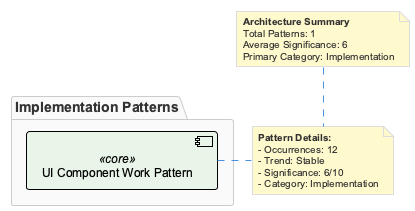
Earlier version of the PlantUML export knowledge-management/insights/images/ui-component-work-pattern-architecture.png (fwornle/coding).
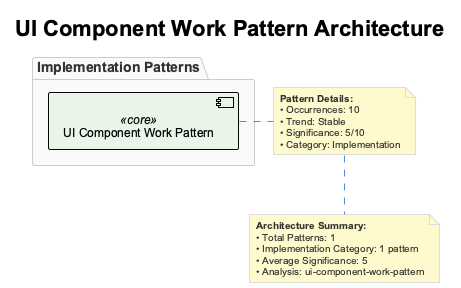
Later version of the same file.

Change to the diagram source:
```diff
@@ -1,23 +1,26 @@
 @startuml
 !include /Users/q284340/Agentic/coding/docs/puml/_standard-style.puml
 
+title UI Component Work Pattern Architecture
+
 package "Implementation Patterns" {
-    component "UI Component Work Pattern" as uiPattern <<core>>
+  component "UI Component Work Pattern" as uiPattern <<core>>
 }
 
 note right of uiPattern
-    **Pattern Details:**
-    - Occurrences: 12
-    - Trend: Stable
-    - Significance: 6/10
-    - Category: Implementation
+  **Pattern Details:**
+  • Occurrences: 10
+  • Trend: Stable
+  • Significance: 5/10
+  • Category: Implementation
 end note
 
-note top
-    **Architecture Summary**
-    Total Patterns: 1
-    Average Significance: 6
-    Primary Category: Implementation
+note bottom
+  **Architecture Summary:**
+  • Total Patterns: 1
+  • Implementation Category: 1 pattern
+  • Average Significance: 5
+  • Analysis: ui-component-work-pattern
 end note
 
 @enduml
```
